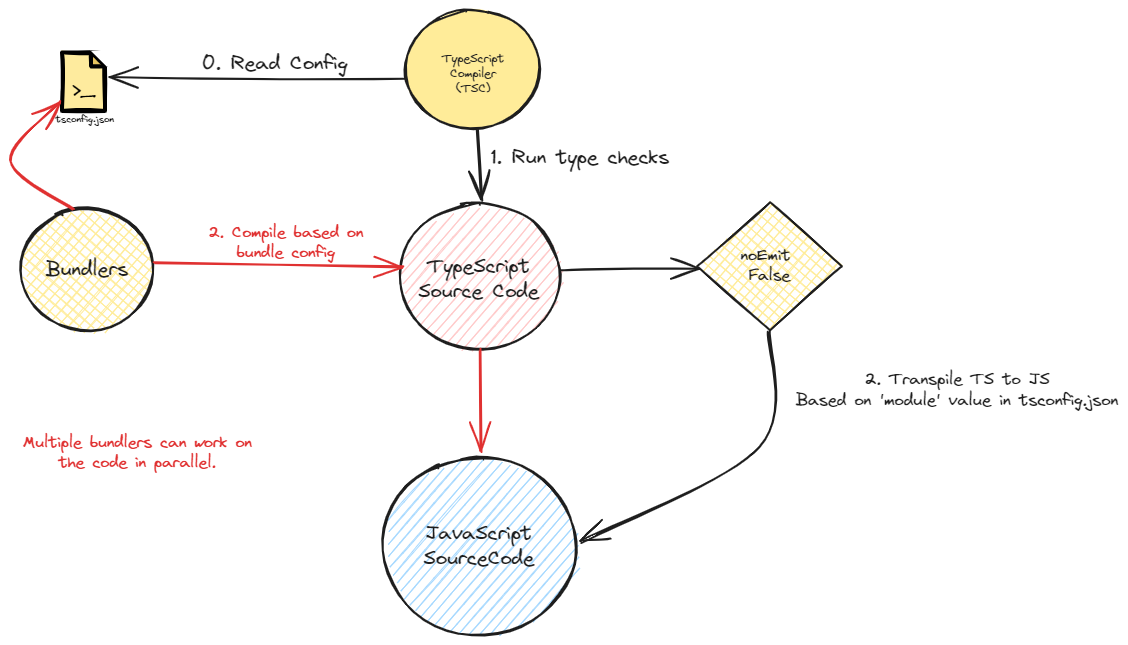
Before: static/img/ts-compile.excalidraw.png, a diagram exported from Excalidraw (swaroopar/inprogress-engineer). Source tidied: one line per element, renumbered; positions are measured from the earlier drawing's top-left corner, leaving out a move shared by most shapes.
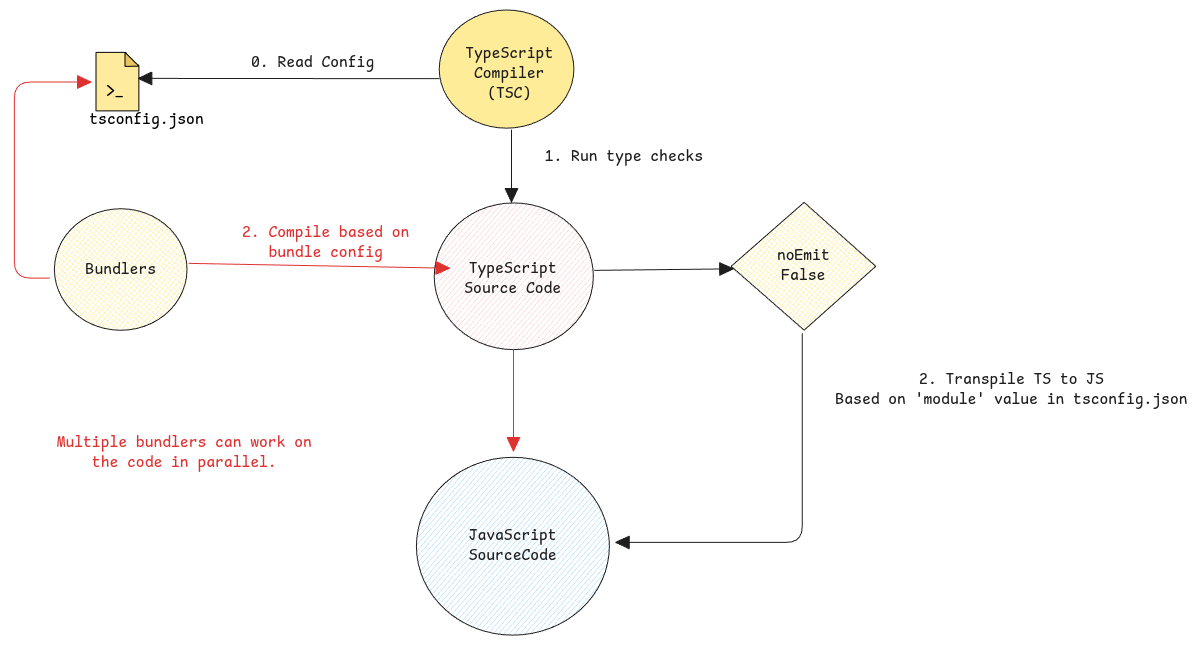
Later version of the same file.

Change to the diagram source:
```diff
@@ -1,27 +1,27 @@
-{"id": 0, "type": "arrow", "strokeColor": "#1e1e1e", "backgroundColor": "#a5d8ff", "fillStyle": "solid", "strokeWidth": 2, "roughness": 1, "endArrowhead": "arrow", "round": true, "from": 3, "to": 1, "x": 467, "y": 119, "width": 5, "height": 71, "points": [[0, 0], [5, 71]]}
+{"id": 0, "type": "arrow", "strokeColor": "#1e1e1e", "backgroundColor": "#a5d8ff", "fillStyle": "solid", "strokeWidth": 1, "roughness": 0, "endArrowhead": "triangle", "round": true, "from": 3, "x": 467, "y": 120, "width": 0, "height": 72, "points": [[0, 0], [0, 72]]}
-{"id": 1, "type": "ellipse", "strokeColor": "#1e1e1e", "backgroundColor": "#ffc9c9", "fillStyle": "hachure", "strokeWidth": 2, "roughness": 1, "round": true, "x": 390, "y": 193, "width": 159, "height": 147}
+{"id": 1, "type": "ellipse", "strokeColor": "#1e1e1e", "backgroundColor": "#ffc9c9", "fillStyle": "hachure", "strokeWidth": 1, "roughness": 0, "round": true, "x": 390, "y": 193, "width": 159, "height": 147}
-{"id": 2, "type": "text", "text": "TypeScript\nSource Code", "strokeColor": "#1e1e1e", "backgroundColor": "#ffc9c9", "fillStyle": "solid", "strokeWidth": 2, "roughness": 1, "fontSize": 20, "fontFamily": 1, "textAlign": "center", "x": 408, "y": 244, "width": 120, "height": 50}
+{"id": 2, "type": "text", "text": "TypeScript\nSource Code", "strokeColor": "#1e1e1e", "backgroundColor": "#ffc9c9", "fillStyle": "solid", "strokeWidth": 1, "roughness": 0, "fontSize": 16, "fontFamily": 8, "textAlign": "center", "x": 420, "y": 249, "width": 97, "height": 40}
-{"id": 3, "type": "ellipse", "strokeColor": "#1e1e1e", "backgroundColor": "#ffec99", "fillStyle": "solid", "strokeWidth": 2, "roughness": 1, "round": true, "x": 395, "y": 0, "width": 135, "height": 118}
+{"id": 3, "type": "ellipse", "strokeColor": "#1e1e1e", "backgroundColor": "#ffec99", "fillStyle": "solid", "strokeWidth": 1, "roughness": 0, "round": true, "x": 395, "y": 0, "width": 135, "height": 118}
-{"id": 4, "type": "text", "text": "TypeScript\nCompiler\n(TSC)", "strokeColor": "#1e1e1e", "backgroundColor": "#ffec99", "fillStyle": "solid", "strokeWidth": 2, "roughness": 1, "fontSize": 12.19, "fontFamily": 1, "textAlign": "center", "x": 431, "y": 41, "width": 62, "height": 46}
+{"id": 4, "type": "text", "text": "TypeScript\nCompiler\n(TSC)", "strokeColor": "#1e1e1e", "backgroundColor": "#ffec99", "fillStyle": "solid", "strokeWidth": 1, "roughness": 0, "fontSize": 16, "fontFamily": 8, "textAlign": "center", "x": 421, "y": 34, "width": 88, "height": 60}
-{"id": 5, "type": "text", "text": "0. Read Config", "strokeColor": "#1e1e1e", "backgroundColor": "#ffec99", "fillStyle": "solid", "strokeWidth": 2, "roughness": 1, "fontSize": 20, "fontFamily": 1, "textAlign": "center", "x": 191, "y": 41, "width": 146, "height": 25}
+{"id": 5, "type": "text", "text": "0. Read Config", "strokeColor": "#1e1e1e", "backgroundColor": "#ffec99", "fillStyle": "solid", "strokeWidth": 1, "roughness": 0, "fontSize": 16, "fontFamily": 8, "textAlign": "center", "x": 207, "y": 43, "width": 123, "height": 20}
-{"id": 6, "type": "text", "text": "2. Transpile TS to JS\nBased on 'module' value in tsconfig.json", "strokeColor": "#1e1e1e", "backgroundColor": "#ffec99", "fillStyle": "solid", "strokeWidth": 2, "roughness": 1, "fontSize": 16.55, "fontFamily": 1, "textAlign": "center", "x": 785, "y": 360, "width": 322, "height": 41}
+{"id": 6, "type": "text", "text": "2. Transpile TS to JS\nBased on 'module' value in tsconfig.json", "strokeColor": "#1e1e1e", "backgroundColor": "#ffec99", "fillStyle": "solid", "strokeWidth": 1, "roughness": 0, "fontSize": 16, "fontFamily": 8, "textAlign": "center", "x": 791, "y": 360, "width": 352, "height": 40}
-{"id": 7, "type": "ellipse", "strokeColor": "#1e1e1e", "backgroundColor": "#a5d8ff", "fillStyle": "hachure", "strokeWidth": 2, "roughness": 1, "round": true, "x": 372, "y": 447, "width": 193, "height": 178}
+{"id": 7, "type": "ellipse", "strokeColor": "#1e1e1e", "backgroundColor": "#a5d8ff", "fillStyle": "hachure", "strokeWidth": 1, "roughness": 0, "round": true, "x": 372, "y": 447, "width": 193, "height": 178}
-{"id": 8, "type": "text", "text": "JavaScript\nSourceCode", "strokeColor": "#1e1e1e", "backgroundColor": "#a5d8ff", "fillStyle": "solid", "strokeWidth": 2, "roughness": 1, "fontSize": 20, "fontFamily": 1, "textAlign": "center", "verticalAlign": "middle", "inside": 7, "x": 413, "y": 511, "width": 110, "height": 50}
+{"id": 8, "type": "text", "text": "JavaScript\nSourceCode", "strokeColor": "#1e1e1e", "backgroundColor": "#a5d8ff", "fillStyle": "solid", "strokeWidth": 2, "roughness": 1, "fontSize": 16, "fontFamily": 8, "textAlign": "center", "verticalAlign": "middle", "inside": 7, "x": 424, "y": 516, "width": 88, "height": 40}
-{"id": 9, "type": "text", "text": "tsconfig.json", "strokeColor": "#000", "backgroundColor": "#fff", "fillStyle": "solid", "strokeWidth": 4, "roughness": 0, "fontSize": 9.77, "fontFamily": 1, "x": 45, "y": 104, "width": 59, "height": 12}
+{"id": 9, "type": "text", "text": "tsconfig.json", "strokeColor": "#000", "backgroundColor": "#fff", "fillStyle": "solid", "strokeWidth": 1, "roughness": 0, "fontSize": 16, "fontFamily": 8, "x": 45, "y": 100, "width": 114, "height": 20}
-{"id": 10, "type": "rectangle", "strokeColor": "#000000", "backgroundColor": "#feeb9e", "fillStyle": "solid", "strokeWidth": 4, "roughness": 1, "x": 52, "y": 42, "width": 43, "height": 58}
+{"id": 10, "type": "rectangle", "strokeColor": "#000000", "backgroundColor": "#feeb9e", "fillStyle": "solid", "strokeWidth": 1, "roughness": 0, "x": 52, "y": 42, "width": 43, "height": 58}
-{"id": 11, "type": "line", "strokeColor": "#000", "backgroundColor": "#e6c45f", "fillStyle": "solid", "strokeWidth": 4, "roughness": 1, "x": 81, "y": 42, "width": 14, "height": 14, "points": [[0, 0], [0, 14], [14, 14], [0, 0]]}
+{"id": 11, "type": "line", "strokeColor": "#000", "backgroundColor": "#e6c45f", "fillStyle": "solid", "strokeWidth": 1, "roughness": 0, "endArrowhead": "triangle", "x": 81, "y": 42, "width": 14, "height": 14, "points": [[0, 0], [0, 14], [14, 14], [0, 0]]}
-{"id": 12, "type": "line", "strokeColor": "transparent", "angle": 3.14, "backgroundColor": "#fff", "fillStyle": "solid", "strokeWidth": 4, "roughness": 0, "x": 81, "y": 40, "width": 17, "height": 18, "points": [[0, 0], [0, 18], [16, 16], [-1, -1]]}
+{"id": 12, "type": "line", "strokeColor": "transparent", "angle": 3.14, "backgroundColor": "#fff", "fillStyle": "solid", "strokeWidth": 1, "roughness": 0, "endArrowhead": "triangle", "x": 81, "y": 40, "width": 17, "height": 18, "points": [[0, 0], [0, 18], [16, 16], [-1, -1]]}
-{"id": 13, "type": "text", "text": ">_", "strokeColor": "#000", "backgroundColor": "#f48284", "fillStyle": "solid", "strokeWidth": 2, "roughness": 1, "fontSize": 17.59, "fontFamily": 1, "x": 62, "y": 71, "width": 23, "height": 22}
+{"id": 13, "type": "text", "text": ">_", "strokeColor": "#000", "backgroundColor": "#f48284", "fillStyle": "solid", "strokeWidth": 1, "roughness": 0, "fontSize": 16, "fontFamily": 8, "x": 62, "y": 72, "width": 18, "height": 20}
-{"id": 14, "type": "arrow", "strokeColor": "#1e1e1e", "backgroundColor": "#a5d8ff", "fillStyle": "hachure", "strokeWidth": 2, "roughness": 1, "endArrowhead": "arrow", "from": 3, "to": 13, "x": 395, "y": 69, "width": 295, "height": 2, "points": [[0, 0], [-295, -2]]}
+{"id": 14, "type": "arrow", "strokeColor": "#1e1e1e", "backgroundColor": "#a5d8ff", "fillStyle": "hachure", "strokeWidth": 1, "roughness": 0, "endArrowhead": "triangle", "from": 3, "to": 13, "x": 395, "y": 69, "width": 301, "height": 0, "points": [[0, 0], [-301, 0]]}
-{"id": 15, "type": "text", "text": "1. Run type checks", "strokeColor": "#1e1e1e", "backgroundColor": "#ffec99", "fillStyle": "solid", "strokeWidth": 2, "roughness": 1, "fontSize": 20, "fontFamily": 1, "textAlign": "center", "x": 481, "y": 135, "width": 178, "height": 25}
+{"id": 15, "type": "text", "text": "1. Run type checks", "strokeColor": "#1e1e1e", "backgroundColor": "#ffec99", "fillStyle": "solid", "strokeWidth": 1, "roughness": 0, "fontSize": 16, "fontFamily": 8, "textAlign": "center", "x": 500, "y": 137, "width": 158, "height": 20}
-{"id": 16, "type": "diamond", "strokeColor": "#1e1e1e", "backgroundColor": "#ffec99", "fillStyle": "cross-hatch", "strokeWidth": 2, "roughness": 1, "x": 687, "y": 192, "width": 145, "height": 128}
+{"id": 16, "type": "diamond", "strokeColor": "#1e1e1e", "backgroundColor": "#ffec99", "fillStyle": "cross-hatch", "strokeWidth": 1, "roughness": 0, "x": 687, "y": 192, "width": 145, "height": 128}
-{"id": 17, "type": "text", "text": "noEmit \nFalse", "strokeColor": "#1e1e1e", "backgroundColor": "#ffec99", "fillStyle": "cross-hatch", "strokeWidth": 2, "roughness": 1, "fontSize": 16, "fontFamily": 1, "textAlign": "center", "verticalAlign": "middle", "inside": 16, "x": 730, "y": 236, "width": 58, "height": 40}
+{"id": 17, "type": "text", "text": "noEmit\nFalse", "strokeColor": "#1e1e1e", "backgroundColor": "#ffec99", "fillStyle": "cross-hatch", "strokeWidth": 2, "roughness": 1, "fontSize": 16, "fontFamily": 8, "textAlign": "center", "verticalAlign": "middle", "inside": 16, "x": 733, "y": 236, "width": 53, "height": 40}
-{"id": 18, "type": "arrow", "strokeColor": "#1e1e1e", "backgroundColor": "#ffec99", "fillStyle": "cross-hatch", "strokeWidth": 2, "roughness": 1, "endArrowhead": "arrow", "from": 1, "to": 16, "x": 550, "y": 260, "width": 139, "height": 2, "points": [[0, 0], [139, -2]]}
+{"id": 18, "type": "arrow", "strokeColor": "#1e1e1e", "backgroundColor": "#ffec99", "fillStyle": "cross-hatch", "strokeWidth": 1, "roughness": 0, "endArrowhead": "triangle", "from": 1, "to": 16, "x": 550, "y": 260, "width": 139, "height": 2, "points": [[0, 0], [139, -2]]}
-{"id": 19, "type": "arrow", "strokeColor": "#1e1e1e", "backgroundColor": "#ffec99", "fillStyle": "cross-hatch", "strokeWidth": 2, "roughness": 1, "endArrowhead": "arrow", "round": true, "from": 16, "to": 7, "x": 758, "y": 322, "width": 187, "height": 210, "points": [[0, 0], [-10, 115], [-187, 210]]}
+{"id": 19, "type": "arrow", "strokeColor": "#1e1e1e", "backgroundColor": "#ffec99", "fillStyle": "cross-hatch", "strokeWidth": 1, "roughness": 0, "endArrowhead": "triangle", "from": 16, "to": 7, "x": 758, "y": 324, "width": 187, "height": 209, "points": [[0, 0], [0, 209], [-187, 209]]}
-{"id": 20, "type": "ellipse", "strokeColor": "#1e1e1e", "backgroundColor": "#ffec99", "fillStyle": "cross-hatch", "strokeWidth": 2, "roughness": 1, "round": true, "x": 10, "y": 199, "width": 133, "height": 122}
+{"id": 20, "type": "ellipse", "strokeColor": "#1e1e1e", "backgroundColor": "#ffec99", "fillStyle": "cross-hatch", "strokeWidth": 1, "roughness": 0, "round": true, "x": 10, "y": 199, "width": 133, "height": 122}
-{"id": 21, "type": "text", "text": "Bundlers", "strokeColor": "#1e1e1e", "backgroundColor": "#ffec99", "fillStyle": "cross-hatch", "strokeWidth": 2, "roughness": 1, "fontSize": 20, "fontFamily": 1, "textAlign": "center", "verticalAlign": "middle", "inside": 20, "x": 35, "y": 247, "width": 82, "height": 25}
+{"id": 21, "type": "text", "text": "Bundlers", "strokeColor": "#1e1e1e", "backgroundColor": "#ffec99", "fillStyle": "cross-hatch", "strokeWidth": 2, "roughness": 1, "fontSize": 16, "fontFamily": 8, "textAlign": "center", "verticalAlign": "middle", "inside": 20, "x": 41, "y": 250, "width": 70, "height": 20}
-{"id": 22, "type": "arrow", "strokeColor": "#e03131", "backgroundColor": "#ffec99", "fillStyle": "cross-hatch", "strokeWidth": 2, "roughness": 1, "endArrowhead": "arrow", "round": true, "from": 20, "to": 2, "x": 144, "y": 253, "width": 249, "height": 3, "points": [[0, 0], [249, 3]]}
+{"id": 22, "type": "arrow", "strokeColor": "#e03131", "backgroundColor": "#ffec99", "fillStyle": "cross-hatch", "strokeWidth": 1, "roughness": 0, "endArrowhead": "triangle", "round": true, "from": 20, "to": 2, "x": 144, "y": 253, "width": 261, "height": 5, "points": [[0, 0], [261, 5]]}
-{"id": 23, "type": "arrow", "strokeColor": "#e03131", "backgroundColor": "#ffec99", "fillStyle": "cross-hatch", "strokeWidth": 2, "roughness": 1, "endArrowhead": "arrow", "round": true, "to": 7, "x": 469, "y": 340, "width": 2, "height": 101, "points": [[0, 0], [2, 101]]}
+{"id": 23, "type": "arrow", "strokeColor": "#e03131", "backgroundColor": "#ffec99", "fillStyle": "cross-hatch", "strokeWidth": 1, "roughness": 0, "endArrowhead": "triangle", "round": true, "from": 1, "x": 469, "y": 340, "width": 0, "height": 102, "points": [[0, 0], [0, 102]]}
-{"id": 24, "type": "text", "text": "2. Compile based on\nbundle config", "strokeColor": "#e03131", "backgroundColor": "#ffec99", "fillStyle": "cross-hatch", "strokeWidth": 2, "roughness": 1, "fontSize": 16, "fontFamily": 1, "textAlign": "center", "x": 198, "y": 213, "width": 155, "height": 40}
+{"id": 24, "type": "text", "text": "2. Compile based on\nbundle config", "strokeColor": "#e03131", "backgroundColor": "#ffec99", "fillStyle": "cross-hatch", "strokeWidth": 1, "roughness": 0, "fontSize": 16, "fontFamily": 8, "textAlign": "center", "x": 198, "y": 213, "width": 167, "height": 40}
-{"id": 25, "type": "text", "text": "Multiple bundlers can work on \nthe code in parallel. ", "strokeColor": "#e03131", "backgroundColor": "#ffec99", "fillStyle": "cross-hatch", "strokeWidth": 2, "roughness": 1, "fontSize": 16, "fontFamily": 1, "textAlign": "center", "x": 12, "y": 423, "width": 237, "height": 40}
+{"id": 25, "type": "text", "text": "Multiple bundlers can work on \nthe code in parallel. ", "strokeColor": "#e03131", "backgroundColor": "#ffec99", "fillStyle": "cross-hatch", "strokeWidth": 1, "roughness": 0, "fontSize": 16, "fontFamily": 8, "textAlign": "center", "x": 12, "y": 423, "width": 264, "height": 40}
-{"id": 26, "type": "arrow", "strokeColor": "#e03131", "backgroundColor": "#ffec99", "fillStyle": "cross-hatch", "strokeWidth": 2, "roughness": 1, "endArrowhead": "arrow", "round": true, "from": 20, "to": 13, "x": 63, "y": 198, "width": 63, "height": 107, "points": [[0, 0], [-63, -47], [-14, -107]]}
+{"id": 26, "type": "arrow", "strokeColor": "#e03131", "backgroundColor": "#ffec99", "fillStyle": "cross-hatch", "strokeWidth": 1, "roughness": 0, "endArrowhead": "triangle", "from": 20, "to": 13, "x": 5, "y": 268, "width": 77, "height": 196, "points": [[0, 0], [-35, 0], [-35, -196], [42, -196]]}
```
